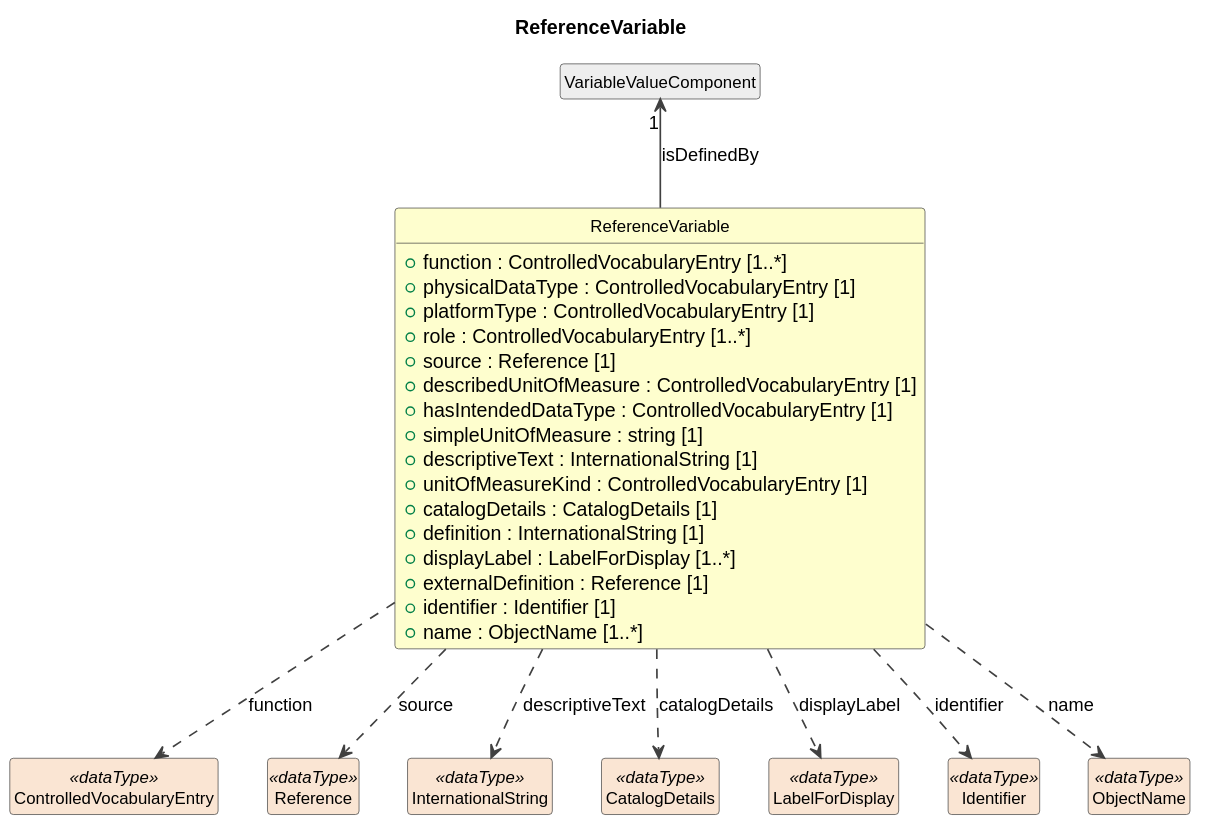
The PlantUML diagram build/field-level-documentation/CDIFDataStructure/Classes/ReferenceVariable.svg in Cross-Domain-Interoperability-Framework/metadataBuildingBlocks, before a commit.
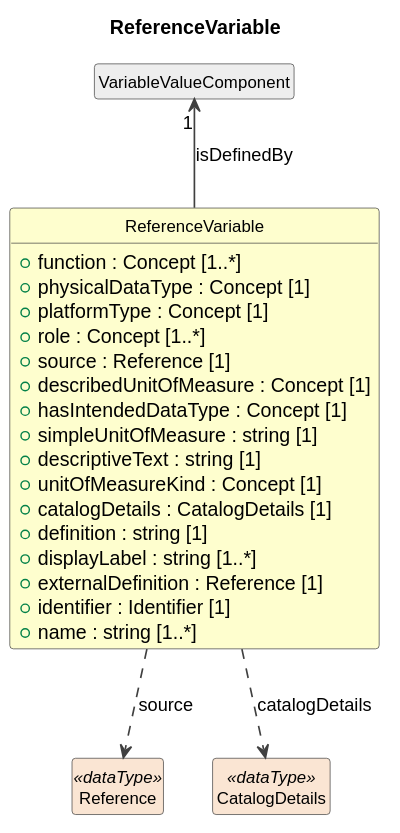
Later version of the same file.

The edit, as a diff of the source:
```diff
@@ -11,37 +11,27 @@
 }
 
 class "ReferenceVariable" as ReferenceVariable #FEFECE {
-  +function : ControlledVocabularyEntry [1..*]
-  +physicalDataType : ControlledVocabularyEntry [1]
-  +platformType : ControlledVocabularyEntry [1]
-  +role : ControlledVocabularyEntry [1..*]
+  +function : Concept [1..*]
+  +physicalDataType : Concept [1]
+  +platformType : Concept [1]
+  +role : Concept [1..*]
   +source : Reference [1]
-  +describedUnitOfMeasure : ControlledVocabularyEntry [1]
-  +hasIntendedDataType : ControlledVocabularyEntry [1]
+  +describedUnitOfMeasure : Concept [1]
+  +hasIntendedDataType : Concept [1]
   +simpleUnitOfMeasure : string [1]
-  +descriptiveText : InternationalString [1]
-  +unitOfMeasureKind : ControlledVocabularyEntry [1]
+  +descriptiveText : string [1]
+  +unitOfMeasureKind : Concept [1]
   +catalogDetails : CatalogDetails [1]
-  +definition : InternationalString [1]
-  +displayLabel : LabelForDisplay [1..*]
+  +definition : string [1]
+  +displayLabel : string [1..*]
   +externalDefinition : Reference [1]
   +identifier : Identifier [1]
-  +name : ObjectName [1..*]
+  +name : string [1..*]
 }
 class "VariableValueComponent" as VariableValueComponent #EEEEEE
 VariableValueComponent "1" <-- ReferenceVariable : isDefinedBy
-class "ControlledVocabularyEntry" as ControlledVocabularyEntry <<dataType>> #FAE5D3
-ReferenceVariable ..> ControlledVocabularyEntry : function
 class "Reference" as Reference <<dataType>> #FAE5D3
 ReferenceVariable ..> Reference : source
-class "InternationalString" as InternationalString <<dataType>> #FAE5D3
-ReferenceVariable ..> InternationalString : descriptiveText
 class "CatalogDetails" as CatalogDetails <<dataType>> #FAE5D3
 ReferenceVariable ..> CatalogDetails : catalogDetails
-class "LabelForDisplay" as LabelForDisplay <<dataType>> #FAE5D3
-ReferenceVariable ..> LabelForDisplay : displayLabel
-class "Identifier" as Identifier <<dataType>> #FAE5D3
-ReferenceVariable ..> Identifier : identifier
-class "ObjectName" as ObjectName <<dataType>> #FAE5D3
-ReferenceVariable ..> ObjectName : name
 @enduml
```
